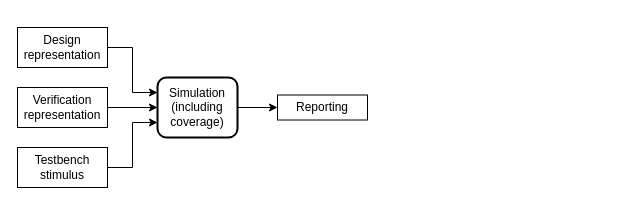
jameshanlon/jameshanlon.github.io keeps this draw.io diagram as page "Simulation" (7 of 9) of content/sili-infra/sili-flows.drawio. Above is the earlier version. Source tidied: cells renumbered, new cells numbered last; positions are measured from the earlier drawing's top-left corner, leaving out a move shared by most shapes. Both pictures are drawn from the tidied source at 100%, with x=0, y=0 at pixel (17, 27).
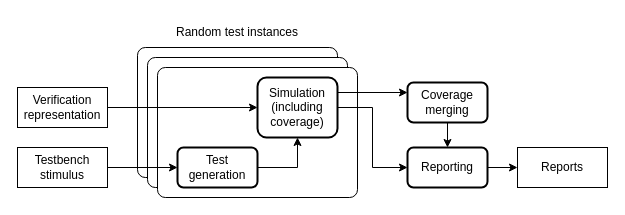
The same diagram, later.

What changed in the source:
```diff
@@
 <mxGraphModel>
   <root>
     <mxCell id="0" />
     <mxCell id="1" parent="0" />
-    <mxCell id="2" style="edgeStyle=orthogonalEdgeStyle;rounded=0;jettySize=auto;html=1;exitX=1;exitY=0.5;exitDx=0;exitDy=0;entryX=0;entryY=0.25;entryDx=0;entryDy=0;" parent="1" edge="1" source="3" target="4">
-      <mxGeometry relative="1" as="geometry" />
-    </mxCell>
-    <mxCell id="3" value="Design representation" style="rounded=1;whiteSpace=wrap;html=1;arcSize=0;" parent="1" vertex="1">
-      <mxGeometry width="90" height="40" as="geometry" />
-    </mxCell>
+    <mxCell id="11" style="rounded=1;whiteSpace=wrap;html=1;arcSize=6;" parent="1" vertex="1">
+      <mxGeometry x="120" y="20" width="200" height="130" as="geometry" />
+    </mxCell>
+    <mxCell id="12" style="rounded=1;whiteSpace=wrap;html=1;arcSize=6;" parent="1" vertex="1">
+      <mxGeometry x="130" y="30" width="200" height="130" as="geometry" />
+    </mxCell>
+    <mxCell id="13" style="rounded=1;whiteSpace=wrap;html=1;arcSize=6;" parent="1" vertex="1">
+      <mxGeometry x="140" y="40" width="200" height="130" as="geometry" />
+    </mxCell>
+    <mxCell id="9" style="edgeStyle=orthogonalEdgeStyle;rounded=0;jettySize=auto;html=1;exitX=1;exitY=0.5;exitDx=0;exitDy=0;entryX=0;entryY=0.5;entryDx=0;entryDy=0;" parent="1" edge="1" source="4" target="10">
+      <mxGeometry relative="1" as="geometry" />
+    </mxCell>
+    <mxCell id="14" style="edgeStyle=orthogonalEdgeStyle;rounded=0;jettySize=auto;html=1;exitX=1;exitY=0.25;exitDx=0;exitDy=0;entryX=0;entryY=0.25;entryDx=0;entryDy=0;" parent="1" edge="1" source="4" target="19">
+      <mxGeometry relative="1" as="geometry" />
+    </mxCell>
     <mxCell id="4" value="Simulation (including coverage)" style="rounded=1;whiteSpace=wrap;html=1;strokeWidth=2;" parent="1" vertex="1">
-      <mxGeometry x="140" y="50" width="80" height="60" as="geometry" />
+      <mxGeometry x="240" y="50" width="80" height="60" as="geometry" />
     </mxCell>
     <mxCell id="5" style="edgeStyle=orthogonalEdgeStyle;rounded=0;jettySize=auto;html=1;exitX=1;exitY=0.5;exitDx=0;exitDy=0;entryX=0;entryY=0.5;entryDx=0;entryDy=0;" parent="1" edge="1" source="6" target="4">
       <mxGeometry relative="1" as="geometry" />
     </mxCell>
     <mxCell id="6" value="Verification representation" style="rounded=1;whiteSpace=wrap;html=1;arcSize=0;" parent="1" vertex="1">
       <mxGeometry y="60" width="90" height="40" as="geometry" />
     </mxCell>
-    <mxCell id="7" style="edgeStyle=orthogonalEdgeStyle;rounded=0;jettySize=auto;html=1;exitX=1;exitY=0.5;exitDx=0;exitDy=0;entryX=0;entryY=0.75;entryDx=0;entryDy=0;" parent="1" edge="1" source="8" target="4">
-      <mxGeometry relative="1" as="geometry" />
-    </mxCell>
+    <mxCell id="15" style="edgeStyle=orthogonalEdgeStyle;rounded=0;jettySize=auto;html=1;exitX=1;exitY=0.5;exitDx=0;exitDy=0;entryX=0;entryY=0.5;entryDx=0;entryDy=0;" parent="1" edge="1" source="8" target="17">
+      <mxGeometry relative="1" as="geometry" />
+    </mxCell>
     <mxCell id="8" value="Testbench stimulus" style="rounded=1;whiteSpace=wrap;html=1;arcSize=0;" parent="1" vertex="1">
       <mxGeometry y="120" width="90" height="40" as="geometry" />
     </mxCell>
-    <mxCell id="9" style="edgeStyle=orthogonalEdgeStyle;rounded=0;jettySize=auto;html=1;exitX=1;exitY=0.5;exitDx=0;exitDy=0;entryX=0;entryY=0.5;entryDx=0;entryDy=0;" parent="1" edge="1" source="4" target="10">
-      <mxGeometry relative="1" as="geometry" />
-    </mxCell>
+    <mxCell id="16" style="edgeStyle=orthogonalEdgeStyle;rounded=0;jettySize=auto;html=1;exitX=1;exitY=0.5;exitDx=0;exitDy=0;entryX=0.5;entryY=1;entryDx=0;entryDy=0;" parent="1" edge="1" source="17" target="4">
+      <mxGeometry relative="1" as="geometry" />
+    </mxCell>
+    <mxCell id="17" value="Test generation" style="rounded=1;whiteSpace=wrap;html=1;strokeWidth=2;" parent="1" vertex="1">
+      <mxGeometry x="160" y="120" width="80" height="40" as="geometry" />
+    </mxCell>
+    <mxCell id="18" style="edgeStyle=orthogonalEdgeStyle;rounded=0;jettySize=auto;html=1;exitX=0.5;exitY=1;exitDx=0;exitDy=0;entryX=0.5;entryY=0;entryDx=0;entryDy=0;" parent="1" edge="1" source="19" target="10">
+      <mxGeometry relative="1" as="geometry" />
+    </mxCell>
+    <mxCell id="19" value="Coverage merging" style="rounded=1;whiteSpace=wrap;html=1;strokeWidth=2;" parent="1" vertex="1">
+      <mxGeometry x="390" y="55" width="80" height="40" as="geometry" />
+    </mxCell>
+    <mxCell id="20" style="edgeStyle=orthogonalEdgeStyle;rounded=0;jettySize=auto;html=1;exitX=1;exitY=0.5;exitDx=0;exitDy=0;" parent="1" edge="1" source="10" target="21">
+      <mxGeometry relative="1" as="geometry" />
+    </mxCell>
-    <mxCell id="10" value="Reporting" style="rounded=1;whiteSpace=wrap;html=1;arcSize=0;" parent="1" vertex="1">
-      <mxGeometry x="260" y="67.5" width="90" height="25" as="geometry" />
+    <mxCell id="10" value="Reporting" style="rounded=1;whiteSpace=wrap;html=1;strokeWidth=2;" parent="1" vertex="1">
+      <mxGeometry x="390" y="120" width="80" height="40" as="geometry" />
     </mxCell>
+    <mxCell id="21" value="Reports" style="rounded=1;whiteSpace=wrap;html=1;arcSize=0;" parent="1" vertex="1">
+      <mxGeometry x="500" y="120" width="90" height="40" as="geometry" />
+    </mxCell>
+    <mxCell id="22" value="Random test instances" style="text;strokeColor=none;align=center;fillColor=none;html=1;verticalAlign=middle;whiteSpace=wrap;rounded=0;" parent="1" vertex="1">
+      <mxGeometry x="152" y="-10" width="136" height="30" as="geometry" />
+    </mxCell>
   </root>
 </mxGraphModel>
```
